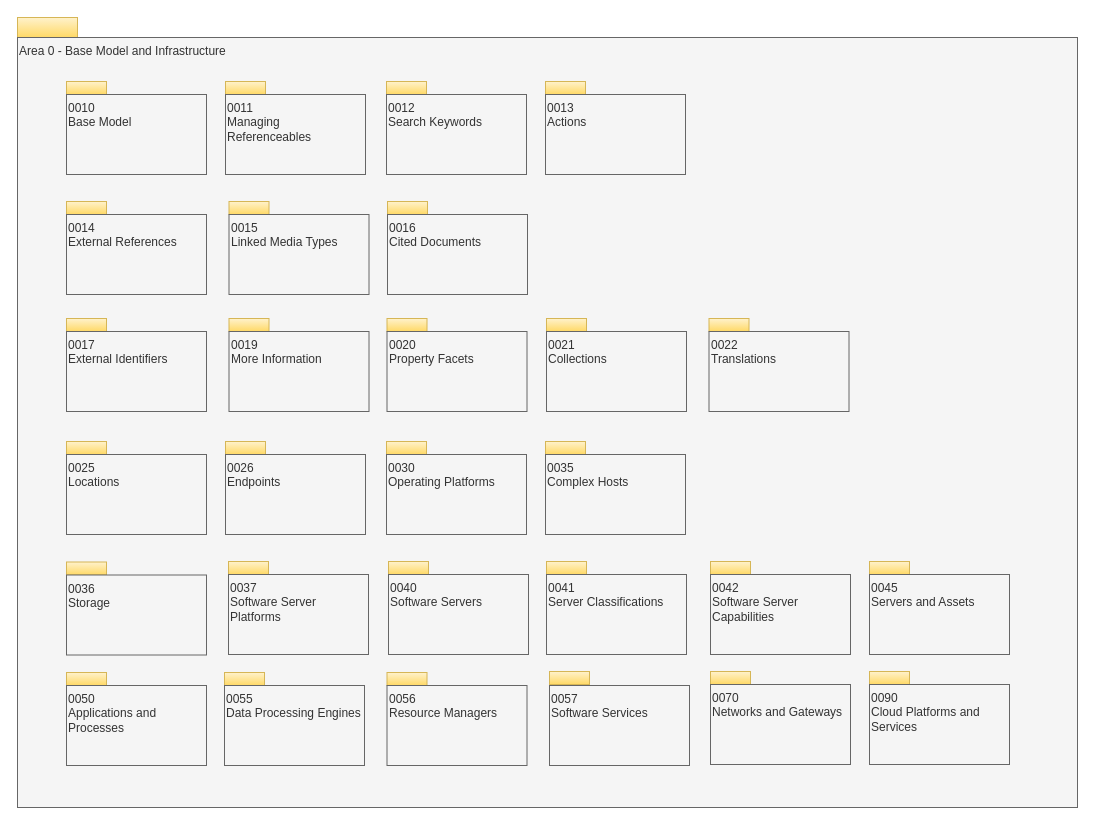
Before: page "overview" (1 of 31) of site/docs/types/0/area-0-basic-types-and-infrastructure.drawio in odpi/egeria-docs, a draw.io diagram. Source tidied: cells renumbered, new cells numbered last; positions are measured from the earlier drawing's top-left corner, leaving out a move shared by most shapes. Both pictures are drawn from the tidied source at 100%, with x=0, y=0 at pixel (17, 17).
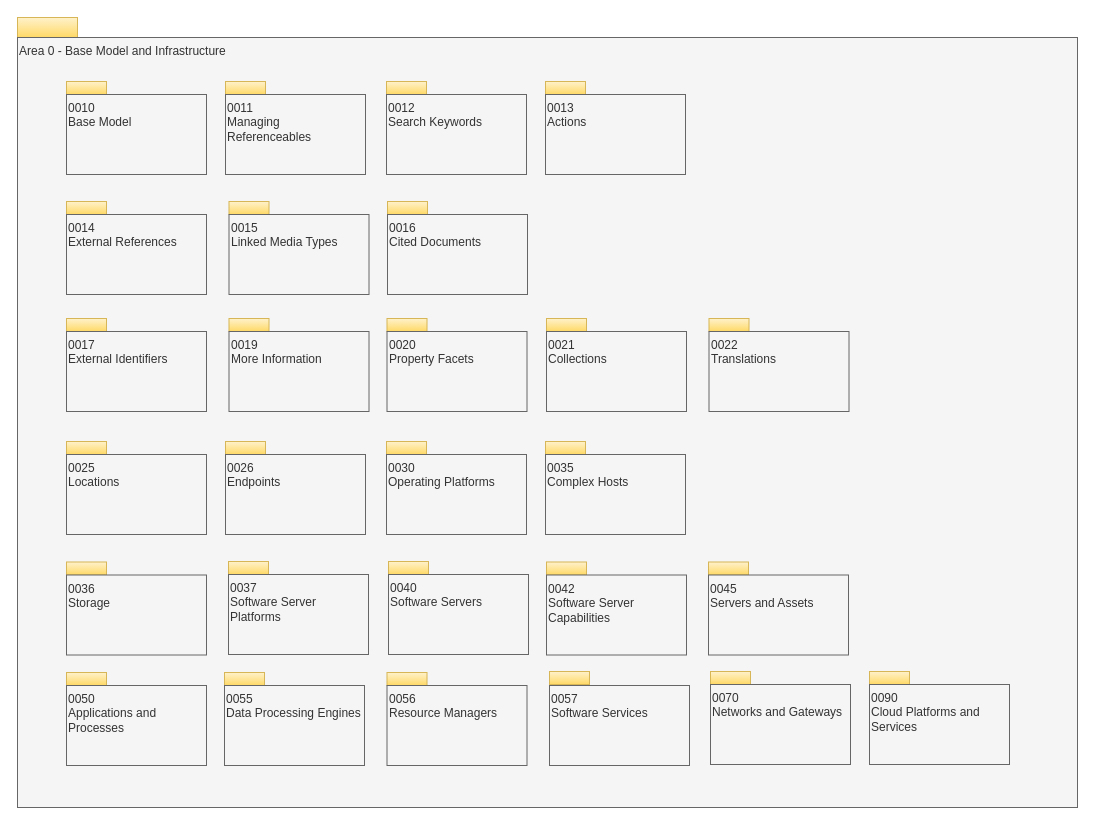
The same page after the edit.

The edit, as a diff of the source:
```diff
@@
-    <mxCell id="20" style="rounded=0;whiteSpace=wrap;html=1;align=left;fillColor=#fff2cc;strokeColor=#d6b656;gradientColor=#ffd966;" parent="1" vertex="1">
-      <mxGeometry x="529" y="544" width="40" height="13" as="geometry" />
-    </mxCell>
-    <mxCell id="21" value="0041&lt;br&gt;Server Classifications" style="rounded=0;whiteSpace=wrap;html=1;align=left;verticalAlign=top;fillColor=#f5f5f5;fontColor=#333333;strokeColor=#666666;" parent="1" vertex="1">
-      <mxGeometry x="529" y="557" width="140" height="80" as="geometry" />
-    </mxCell>
@@
     <mxCell id="26" style="rounded=0;whiteSpace=wrap;html=1;align=left;fillColor=#fff2cc;strokeColor=#d6b656;gradientColor=#ffd966;" parent="1" vertex="1">
-      <mxGeometry x="693" y="544" width="40" height="13" as="geometry" />
+      <mxGeometry x="529" y="544.5" width="40" height="13" as="geometry" />
     </mxCell>
     <mxCell id="27" value="0042&lt;br&gt;Software Server Capabilities" style="rounded=0;whiteSpace=wrap;html=1;align=left;verticalAlign=top;fillColor=#f5f5f5;fontColor=#333333;strokeColor=#666666;" parent="1" vertex="1">
-      <mxGeometry x="693" y="557" width="140" height="80" as="geometry" />
+      <mxGeometry x="529" y="557.5" width="140" height="80" as="geometry" />
     </mxCell>
@@
     <mxCell id="40" style="rounded=0;whiteSpace=wrap;html=1;align=left;fillColor=#fff2cc;strokeColor=#d6b656;gradientColor=#ffd966;" parent="1" vertex="1">
-      <mxGeometry x="852" y="544" width="40" height="13" as="geometry" />
+      <mxGeometry x="691" y="544.5" width="40" height="13" as="geometry" />
     </mxCell>
     <mxCell id="41" value="0045&lt;br&gt;Servers and Assets&lt;br&gt;" style="rounded=0;whiteSpace=wrap;html=1;align=left;verticalAlign=top;fillColor=#f5f5f5;fontColor=#333333;strokeColor=#666666;" parent="1" vertex="1">
-      <mxGeometry x="852" y="557" width="140" height="80" as="geometry" />
+      <mxGeometry x="691" y="557.5" width="140" height="80" as="geometry" />
     </mxCell>
```
